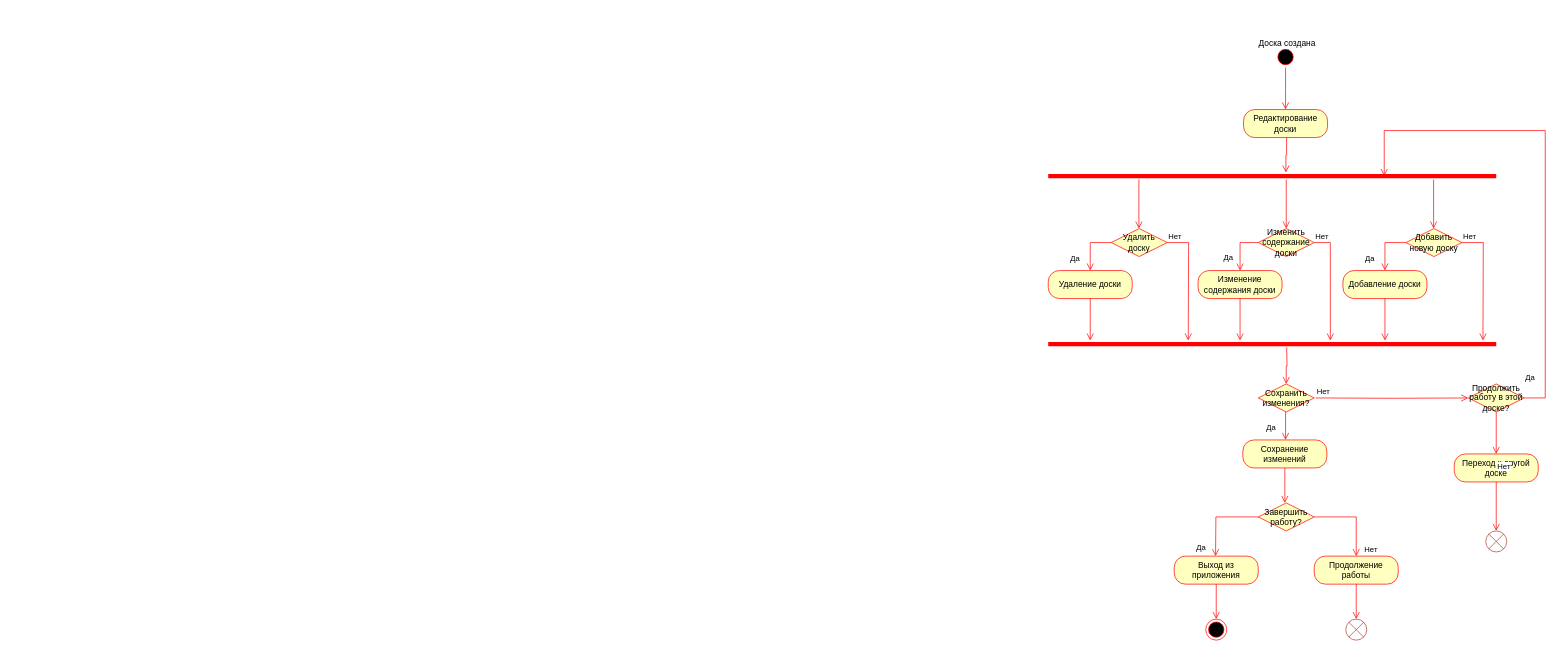
Above: TRPO3.drawio.xml in diamko/Lab3 (draw.io), before the change. Source tidied: cells renumbered, new cells numbered last; positions are measured from the earlier drawing's top-left corner, leaving out a move shared by most shapes. Both pictures are drawn from the tidied source at 70%, with x=0, y=0 at pixel (1048, 32).
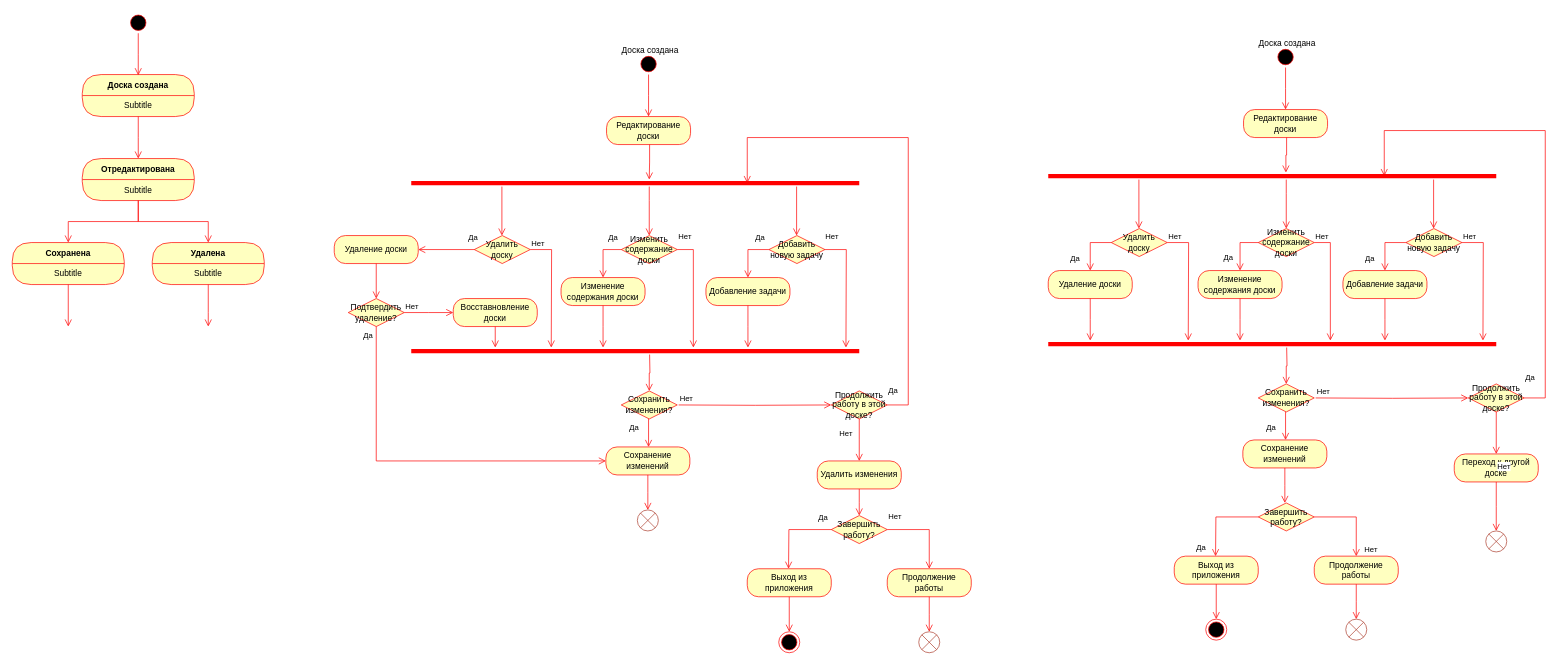
The same diagram, later.

What changed in the source:
```diff
@@
-    <mxCell id="25" value="Добавить новую доску" style="rhombus;whiteSpace=wrap;html=1;fontColor=#000000;fillColor=#ffffc0;strokeColor=#ff0000;" parent="1" vertex="1">
+    <mxCell id="25" value="Добавить новую задачу" style="rhombus;whiteSpace=wrap;html=1;fontColor=#000000;fillColor=#ffffc0;strokeColor=#ff0000;" parent="1" vertex="1">
       <mxGeometry x="511" y="280" width="80" height="40" as="geometry" />
     </mxCell>
@@
-    <mxCell id="42" value="Добавление доски" style="rounded=1;whiteSpace=wrap;html=1;arcSize=40;fontColor=#000000;fillColor=#ffffc0;strokeColor=#ff0000;" parent="1" vertex="1">
+    <mxCell id="42" value="Добавление задачи" style="rounded=1;whiteSpace=wrap;html=1;arcSize=40;fontColor=#000000;fillColor=#ffffc0;strokeColor=#ff0000;" parent="1" vertex="1">
       <mxGeometry x="421" y="340" width="120" height="40" as="geometry" />
     </mxCell>
@@
+    <mxCell id="48" style="ellipse;html=1;shape=startState;fillColor=#000000;strokeColor=#ff0000;" parent="1" vertex="1">
+      <mxGeometry x="-586" y="30" width="30" height="30" as="geometry" />
+    </mxCell>
+    <mxCell id="49" style="edgeStyle=orthogonalEdgeStyle;html=1;verticalAlign=bottom;endArrow=open;endSize=8;strokeColor=#ff0000;rounded=0;" parent="1" edge="1" source="48">
+      <mxGeometry relative="1" as="geometry">
+        <mxPoint x="-571" y="120" as="targetPoint" />
+      </mxGeometry>
+    </mxCell>
+    <mxCell id="50" value="Редактирование доски" style="rounded=1;whiteSpace=wrap;html=1;arcSize=40;fontColor=#000000;fillColor=#ffffc0;strokeColor=#ff0000;" parent="1" vertex="1">
+      <mxGeometry x="-631" y="120" width="120" height="40" as="geometry" />
+    </mxCell>
+    <mxCell id="51" style="ellipse;html=1;shape=endState;fillColor=#000000;strokeColor=#ff0000;" parent="1" vertex="1">
+      <mxGeometry x="-385" y="856" width="30" height="30" as="geometry" />
+    </mxCell>
+    <mxCell id="52" value="Завершить работу?" style="rhombus;whiteSpace=wrap;html=1;fontColor=#000000;fillColor=#ffffc0;strokeColor=#ff0000;" parent="1" vertex="1">
+      <mxGeometry x="-310" y="690" width="80" height="40" as="geometry" />
+    </mxCell>
+    <mxCell id="53" value="Нет" style="edgeStyle=orthogonalEdgeStyle;html=1;align=left;verticalAlign=bottom;endArrow=open;endSize=8;strokeColor=#ff0000;rounded=0;entryX=0.5;entryY=0;entryDx=0;entryDy=0;exitX=1;exitY=0.5;exitDx=0;exitDy=0;" parent="1" edge="1" source="52" target="59">
+      <mxGeometry x="-1" y="10" relative="1" as="geometry" />
+    </mxCell>
+    <mxCell id="54" value="Да" style="edgeStyle=orthogonalEdgeStyle;html=1;align=left;verticalAlign=top;endArrow=open;endSize=8;strokeColor=#ff0000;rounded=0;exitX=0;exitY=0.5;exitDx=0;exitDy=0;" parent="1" edge="1" source="52">
+      <mxGeometry x="-0.66" y="-30" relative="1" as="geometry">
+        <mxPoint x="-371" y="766" as="targetPoint" />
+      </mxGeometry>
+    </mxCell>
+    <mxCell id="55" value="Выход из приложения" style="rounded=1;whiteSpace=wrap;html=1;arcSize=40;fontColor=#000000;fillColor=#ffffc0;strokeColor=#ff0000;" parent="1" vertex="1">
+      <mxGeometry x="-430" y="766" width="120" height="40" as="geometry" />
+    </mxCell>
+    <mxCell id="56" style="edgeStyle=orthogonalEdgeStyle;html=1;verticalAlign=bottom;endArrow=open;endSize=8;strokeColor=#ff0000;rounded=0;entryX=0.5;entryY=0;entryDx=0;entryDy=0;" parent="1" edge="1" source="55" target="51">
+      <mxGeometry relative="1" as="geometry" />
+    </mxCell>
+    <mxCell id="57" value="Удалить изменения" style="rounded=1;whiteSpace=wrap;html=1;arcSize=40;fontColor=#000000;fillColor=#ffffc0;strokeColor=#ff0000;" parent="1" vertex="1">
+      <mxGeometry x="-330" y="612" width="120" height="40" as="geometry" />
+    </mxCell>
+    <mxCell id="58" style="edgeStyle=orthogonalEdgeStyle;html=1;verticalAlign=bottom;endArrow=open;endSize=8;strokeColor=#ff0000;rounded=0;" parent="1" edge="1" source="57">
+      <mxGeometry relative="1" as="geometry">
+        <mxPoint x="-270" y="690" as="targetPoint" />
+      </mxGeometry>
+    </mxCell>
+    <mxCell id="59" value="Продолжение работы" style="rounded=1;whiteSpace=wrap;html=1;arcSize=40;fontColor=#000000;fillColor=#ffffc0;strokeColor=#ff0000;" parent="1" vertex="1">
+      <mxGeometry x="-230" y="766" width="120" height="40" as="geometry" />
+    </mxCell>
+    <mxCell id="60" style="edgeStyle=orthogonalEdgeStyle;html=1;verticalAlign=bottom;endArrow=open;endSize=8;strokeColor=#ff0000;rounded=0;entryX=0.5;entryY=0;entryDx=0;entryDy=0;" parent="1" edge="1" source="59">
+      <mxGeometry relative="1" as="geometry">
+        <mxPoint x="-170" y="856" as="targetPoint" />
+      </mxGeometry>
+    </mxCell>
+    <mxCell id="61" value="Сохранение изменений" style="rounded=1;whiteSpace=wrap;html=1;arcSize=40;fontColor=#000000;fillColor=#ffffc0;strokeColor=#ff0000;" parent="1" vertex="1">
+      <mxGeometry x="-632" y="592" width="120" height="40" as="geometry" />
+    </mxCell>
+    <mxCell id="62" style="edgeStyle=orthogonalEdgeStyle;html=1;verticalAlign=bottom;endArrow=open;endSize=8;strokeColor=#ff0000;rounded=0;exitX=0.5;exitY=1;exitDx=0;exitDy=0;" parent="1" edge="1" source="61">
+      <mxGeometry relative="1" as="geometry">
+        <mxPoint x="-572" y="682" as="targetPoint" />
+      </mxGeometry>
+    </mxCell>
+    <mxCell id="63" style="shape=sumEllipse;perimeter=ellipsePerimeter;html=1;backgroundOutline=1;fillColor=none;strokeColor=#ae4132;" parent="1" vertex="1">
+      <mxGeometry x="-185" y="856" width="30" height="30" as="geometry" />
+    </mxCell>
+    <mxCell id="64" value="Доска создана" style="text;html=1;align=center;verticalAlign=middle;strokeColor=none;fillColor=none;" parent="1" vertex="1">
+      <mxGeometry x="-619" y="10" width="100" height="30" as="geometry" />
+    </mxCell>
+    <mxCell id="65" value="Изменить содержание доски" style="rhombus;whiteSpace=wrap;html=1;fontColor=#000000;fillColor=#ffffc0;strokeColor=#ff0000;" parent="1" vertex="1">
+      <mxGeometry x="-610" y="290" width="80" height="40" as="geometry" />
+    </mxCell>
+    <mxCell id="66" value="Нет" style="edgeStyle=orthogonalEdgeStyle;html=1;align=left;verticalAlign=bottom;endArrow=open;endSize=8;strokeColor=#ff0000;rounded=0;exitX=1;exitY=0.5;exitDx=0;exitDy=0;" parent="1" edge="1" source="65">
+      <mxGeometry x="-1" y="10" relative="1" as="geometry">
+        <mxPoint x="-507" y="450" as="targetPoint" />
+        <Array as="points">
+          <mxPoint x="-507" y="310" />
+        </Array>
+      </mxGeometry>
+    </mxCell>
+    <mxCell id="67" value="Да" style="edgeStyle=orthogonalEdgeStyle;html=1;align=left;verticalAlign=top;endArrow=open;endSize=8;strokeColor=#ff0000;rounded=0;exitX=0;exitY=0.5;exitDx=0;exitDy=0;entryX=0.5;entryY=0;entryDx=0;entryDy=0;" parent="1" edge="1" source="65" target="86">
+      <mxGeometry x="-0.39" y="-30" relative="1" as="geometry">
+        <Array as="points">
+          <mxPoint x="-636" y="310" />
+        </Array>
+      </mxGeometry>
+    </mxCell>
+    <mxCell id="68" value="Удалить доску" style="rhombus;whiteSpace=wrap;html=1;fontColor=#000000;fillColor=#ffffc0;strokeColor=#ff0000;" parent="1" vertex="1">
+      <mxGeometry x="-820" y="290" width="80" height="40" as="geometry" />
+    </mxCell>
+    <mxCell id="69" value="Нет" style="edgeStyle=orthogonalEdgeStyle;html=1;align=left;verticalAlign=bottom;endArrow=open;endSize=8;strokeColor=#ff0000;rounded=0;" parent="1" edge="1" source="68">
+      <mxGeometry x="-1" relative="1" as="geometry">
+        <mxPoint x="-710" y="450" as="targetPoint" />
+      </mxGeometry>
+    </mxCell>
+    <mxCell id="70" value="Да" style="edgeStyle=orthogonalEdgeStyle;html=1;align=left;verticalAlign=top;endArrow=open;endSize=8;strokeColor=#ff0000;rounded=0;exitX=0;exitY=0.5;exitDx=0;exitDy=0;entryX=1;entryY=0.5;entryDx=0;entryDy=0;" parent="1" edge="1" source="68" target="84">
+      <mxGeometry x="-0.75" y="-30" relative="1" as="geometry" />
+    </mxCell>
+    <mxCell id="71" value="Добавить новую задачу" style="rhombus;whiteSpace=wrap;html=1;fontColor=#000000;fillColor=#ffffc0;strokeColor=#ff0000;" parent="1" vertex="1">
+      <mxGeometry x="-399" y="290" width="80" height="40" as="geometry" />
+    </mxCell>
+    <mxCell id="72" value="Нет" style="edgeStyle=orthogonalEdgeStyle;html=1;align=left;verticalAlign=bottom;endArrow=open;endSize=8;strokeColor=#ff0000;rounded=0;" parent="1" edge="1" source="71">
+      <mxGeometry x="-1" y="10" relative="1" as="geometry">
+        <mxPoint x="-289" y="450" as="targetPoint" />
+        <mxPoint x="-1" as="offset" />
+      </mxGeometry>
+    </mxCell>
+    <mxCell id="73" value="Да" style="edgeStyle=orthogonalEdgeStyle;html=1;align=left;verticalAlign=top;endArrow=open;endSize=8;strokeColor=#ff0000;rounded=0;exitX=0;exitY=0.5;exitDx=0;exitDy=0;" parent="1" edge="1" source="71">
+      <mxGeometry x="-0.4" y="-30" relative="1" as="geometry">
+        <mxPoint x="-429" y="350" as="targetPoint" />
+        <Array as="points">
+          <mxPoint x="-429" y="310" />
+          <mxPoint x="-429" y="350" />
+        </Array>
+      </mxGeometry>
+    </mxCell>
+    <mxCell id="74" style="shape=line;html=1;strokeWidth=6;strokeColor=#ff0000;" parent="1" vertex="1">
+      <mxGeometry x="-910" y="210" width="640" height="10" as="geometry" />
+    </mxCell>
+    <mxCell id="75" style="edgeStyle=orthogonalEdgeStyle;html=1;verticalAlign=bottom;endArrow=open;endSize=8;strokeColor=#ff0000;rounded=0;entryX=0.5;entryY=0;entryDx=0;entryDy=0;" parent="1" edge="1" source="74" target="65">
+      <mxGeometry relative="1" as="geometry">
+        <Array as="points">
+          <mxPoint x="-570" y="240" />
+          <mxPoint x="-570" y="240" />
+        </Array>
+      </mxGeometry>
+    </mxCell>
+    <mxCell id="76" style="edgeStyle=orthogonalEdgeStyle;html=1;verticalAlign=bottom;endArrow=open;endSize=8;strokeColor=#ff0000;rounded=0;" parent="1" edge="1">
+      <mxGeometry relative="1" as="geometry">
+        <mxPoint x="-569.5" y="160" as="sourcePoint" />
+        <mxPoint x="-570" y="210" as="targetPoint" />
+        <Array as="points">
+          <mxPoint x="-569.5" y="185" />
+          <mxPoint x="-570.5" y="185" />
+        </Array>
+      </mxGeometry>
+    </mxCell>
+    <mxCell id="77" style="edgeStyle=orthogonalEdgeStyle;html=1;verticalAlign=bottom;endArrow=open;endSize=8;strokeColor=#ff0000;rounded=0;" parent="1" edge="1">
+      <mxGeometry relative="1" as="geometry">
+        <mxPoint x="-780.5" y="220" as="sourcePoint" />
+        <mxPoint x="-780.5" y="290" as="targetPoint" />
+      </mxGeometry>
+    </mxCell>
+    <mxCell id="78" style="edgeStyle=orthogonalEdgeStyle;html=1;verticalAlign=bottom;endArrow=open;endSize=8;strokeColor=#ff0000;rounded=0;" parent="1" edge="1">
+      <mxGeometry relative="1" as="geometry">
+        <mxPoint x="-359.5" y="220" as="sourcePoint" />
+        <mxPoint x="-359.5" y="290" as="targetPoint" />
+      </mxGeometry>
+    </mxCell>
+    <mxCell id="79" style="shape=line;html=1;strokeWidth=6;strokeColor=#ff0000;" parent="1" vertex="1">
+      <mxGeometry x="-910" y="450" width="640" height="10" as="geometry" />
+    </mxCell>
+    <mxCell id="80" style="edgeStyle=orthogonalEdgeStyle;html=1;verticalAlign=bottom;endArrow=open;endSize=8;strokeColor=#ff0000;rounded=0;entryX=0.5;entryY=0;entryDx=0;entryDy=0;" parent="1" edge="1" target="81">
+      <mxGeometry relative="1" as="geometry">
+        <mxPoint x="-569.5" y="460" as="sourcePoint" />
+      </mxGeometry>
+    </mxCell>
+    <mxCell id="81" value="Сохранить изменения?" style="rhombus;whiteSpace=wrap;html=1;fontColor=#000000;fillColor=#ffffc0;strokeColor=#ff0000;" parent="1" vertex="1">
+      <mxGeometry x="-610" y="512" width="80" height="40" as="geometry" />
+    </mxCell>
+    <mxCell id="82" value="Нет" style="edgeStyle=orthogonalEdgeStyle;html=1;align=left;verticalAlign=bottom;endArrow=open;endSize=8;strokeColor=#ff0000;rounded=0;entryX=0;entryY=0.5;entryDx=0;entryDy=0;" parent="1" edge="1" target="90">
+      <mxGeometry x="-1" relative="1" as="geometry">
+        <mxPoint x="-528" y="532" as="sourcePoint" />
+      </mxGeometry>
+    </mxCell>
+    <mxCell id="83" value="Да" style="edgeStyle=orthogonalEdgeStyle;html=1;align=left;verticalAlign=top;endArrow=open;endSize=8;strokeColor=#ff0000;rounded=0;" parent="1" edge="1">
+      <mxGeometry x="-1" y="-29" relative="1" as="geometry">
+        <mxPoint x="-571" y="552" as="sourcePoint" />
+        <mxPoint x="-571" y="592" as="targetPoint" />
+      </mxGeometry>
+    </mxCell>
+    <mxCell id="84" value="Удаление доски" style="rounded=1;whiteSpace=wrap;html=1;arcSize=40;fontColor=#000000;fillColor=#ffffc0;strokeColor=#ff0000;" parent="1" vertex="1">
+      <mxGeometry x="-1020" y="290" width="120" height="40" as="geometry" />
+    </mxCell>
+    <mxCell id="85" style="edgeStyle=orthogonalEdgeStyle;html=1;verticalAlign=bottom;endArrow=open;endSize=8;strokeColor=#ff0000;rounded=0;entryX=0.5;entryY=0;entryDx=0;entryDy=0;" parent="1" edge="1" source="84" target="94">
+      <mxGeometry relative="1" as="geometry" />
+    </mxCell>
+    <mxCell id="86" value="Изменение содержания доски" style="rounded=1;whiteSpace=wrap;html=1;arcSize=40;fontColor=#000000;fillColor=#ffffc0;strokeColor=#ff0000;" parent="1" vertex="1">
+      <mxGeometry x="-696" y="350" width="120" height="40" as="geometry" />
+    </mxCell>
+    <mxCell id="87" style="edgeStyle=orthogonalEdgeStyle;html=1;verticalAlign=bottom;endArrow=open;endSize=8;strokeColor=#ff0000;rounded=0;" parent="1" edge="1" source="86">
+      <mxGeometry relative="1" as="geometry">
+        <mxPoint x="-636" y="450" as="targetPoint" />
+      </mxGeometry>
+    </mxCell>
+    <mxCell id="88" value="Добавление задачи" style="rounded=1;whiteSpace=wrap;html=1;arcSize=40;fontColor=#000000;fillColor=#ffffc0;strokeColor=#ff0000;" parent="1" vertex="1">
+      <mxGeometry x="-489" y="350" width="120" height="40" as="geometry" />
+    </mxCell>
+    <mxCell id="89" style="edgeStyle=orthogonalEdgeStyle;html=1;verticalAlign=bottom;endArrow=open;endSize=8;strokeColor=#ff0000;rounded=0;" parent="1" edge="1" source="88">
+      <mxGeometry relative="1" as="geometry">
+        <mxPoint x="-429" y="450" as="targetPoint" />
+      </mxGeometry>
+    </mxCell>
+    <mxCell id="90" value="Продолжить работу в этой доске?" style="rhombus;whiteSpace=wrap;html=1;fontColor=#000000;fillColor=#ffffc0;strokeColor=#ff0000;" parent="1" vertex="1">
+      <mxGeometry x="-310" y="512" width="80" height="40" as="geometry" />
+    </mxCell>
+    <mxCell id="91" value="Да" style="edgeStyle=orthogonalEdgeStyle;html=1;align=left;verticalAlign=bottom;endArrow=open;endSize=8;strokeColor=#ff0000;rounded=0;entryX=0.75;entryY=0.5;entryDx=0;entryDy=0;entryPerimeter=0;exitX=1;exitY=0.5;exitDx=0;exitDy=0;" parent="1" edge="1" source="90" target="74">
+      <mxGeometry x="-1" y="12" relative="1" as="geometry">
+        <Array as="points">
+          <mxPoint x="-200" y="532" />
+          <mxPoint x="-200" y="150" />
+          <mxPoint x="-430" y="150" />
+        </Array>
+      </mxGeometry>
+    </mxCell>
+    <mxCell id="92" value="Нет" style="edgeStyle=orthogonalEdgeStyle;html=1;align=left;verticalAlign=top;endArrow=open;endSize=8;strokeColor=#ff0000;rounded=0;" parent="1" edge="1" source="90">
+      <mxGeometry x="-0.73" y="-30" relative="1" as="geometry">
+        <mxPoint x="-270" y="612" as="targetPoint" />
+      </mxGeometry>
+    </mxCell>
+    <mxCell id="93" style="shape=sumEllipse;perimeter=ellipsePerimeter;html=1;backgroundOutline=1;fillColor=none;strokeColor=#ae4132;" parent="1" vertex="1">
+      <mxGeometry x="-587" y="682" width="30" height="30" as="geometry" />
+    </mxCell>
+    <mxCell id="94" value="Подтвердить удаление?" style="rhombus;whiteSpace=wrap;html=1;fontColor=#000000;fillColor=#ffffc0;strokeColor=#ff0000;" parent="1" vertex="1">
+      <mxGeometry x="-1000" y="380" width="80" height="40" as="geometry" />
+    </mxCell>
+    <mxCell id="95" value="Да" style="edgeStyle=orthogonalEdgeStyle;html=1;align=left;verticalAlign=top;endArrow=open;endSize=8;strokeColor=#ff0000;rounded=0;exitX=0.5;exitY=1;exitDx=0;exitDy=0;entryX=0;entryY=0.5;entryDx=0;entryDy=0;" parent="1" edge="1" source="94" target="61">
+      <mxGeometry x="-1" y="-20" relative="1" as="geometry" />
+    </mxCell>
+    <mxCell id="96" value="Нет" style="edgeStyle=orthogonalEdgeStyle;html=1;align=left;verticalAlign=bottom;endArrow=open;endSize=8;strokeColor=#ff0000;rounded=0;exitX=1;exitY=0.5;exitDx=0;exitDy=0;" parent="1" edge="1" source="94">
+      <mxGeometry x="-1" relative="1" as="geometry">
+        <mxPoint x="-850" y="400" as="targetPoint" />
+      </mxGeometry>
+    </mxCell>
+    <mxCell id="97" value="Восставновление доски" style="rounded=1;whiteSpace=wrap;html=1;arcSize=40;fontColor=#000000;fillColor=#ffffc0;strokeColor=#ff0000;" parent="1" vertex="1">
+      <mxGeometry x="-850" y="380" width="120" height="40" as="geometry" />
+    </mxCell>
+    <mxCell id="98" style="edgeStyle=orthogonalEdgeStyle;html=1;verticalAlign=bottom;endArrow=open;endSize=8;strokeColor=#ff0000;rounded=0;exitX=0.5;exitY=1;exitDx=0;exitDy=0;" parent="1" edge="1" source="97" target="79">
+      <mxGeometry relative="1" as="geometry">
+        <Array as="points">
+          <mxPoint x="-790" y="450" />
+          <mxPoint x="-790" y="450" />
+        </Array>
+      </mxGeometry>
+    </mxCell>
+    <mxCell id="99" value="Доска создана" style="swimlane;fontStyle=1;align=center;verticalAlign=middle;horizontal=1;startSize=30;fontColor=#000000;rounded=1;arcSize=30;strokeColor=#ff0000;fillColor=#ffffc0;swimlaneFillColor=#ffffc0;" parent="1" vertex="1">
+      <mxGeometry x="-1380" y="60" width="160" height="60" as="geometry" />
+    </mxCell>
+    <mxCell id="100" value="Subtitle" style="text;html=1;strokeColor=none;fillColor=none;align=center;verticalAlign=middle;spacingLeft=4;spacingRight=4;whiteSpace=wrap;overflow=hidden;fontColor=#000000;" parent="99" vertex="1">
+      <mxGeometry y="30" width="160" height="30" as="geometry" />
+    </mxCell>
+    <mxCell id="101" style="edgeStyle=orthogonalEdgeStyle;html=1;verticalAlign=bottom;endArrow=open;endSize=8;strokeColor=#ff0000;rounded=0;" parent="1" edge="1" source="99">
+      <mxGeometry relative="1" as="geometry">
+        <mxPoint x="-1300" y="180" as="targetPoint" />
+      </mxGeometry>
+    </mxCell>
+    <mxCell id="102" style="ellipse;html=1;shape=startState;fillColor=#000000;strokeColor=#ff0000;" parent="1" vertex="1">
+      <mxGeometry x="-1315" y="-29" width="30" height="30" as="geometry" />
+    </mxCell>
+    <mxCell id="103" style="edgeStyle=orthogonalEdgeStyle;html=1;verticalAlign=bottom;endArrow=open;endSize=8;strokeColor=#ff0000;rounded=0;" parent="1" edge="1" source="102">
+      <mxGeometry relative="1" as="geometry">
+        <mxPoint x="-1300" y="61" as="targetPoint" />
+      </mxGeometry>
+    </mxCell>
+    <mxCell id="104" value="Отредактирована" style="swimlane;fontStyle=1;align=center;verticalAlign=middle;horizontal=1;startSize=30;fontColor=#000000;rounded=1;arcSize=30;strokeColor=#ff0000;fillColor=#ffffc0;swimlaneFillColor=#ffffc0;" parent="1" vertex="1">
+      <mxGeometry x="-1380" y="180" width="160" height="60" as="geometry" />
+    </mxCell>
+    <mxCell id="105" value="Subtitle" style="text;html=1;strokeColor=none;fillColor=none;align=center;verticalAlign=middle;spacingLeft=4;spacingRight=4;whiteSpace=wrap;overflow=hidden;fontColor=#000000;" parent="104" vertex="1">
+      <mxGeometry y="30" width="160" height="30" as="geometry" />
+    </mxCell>
+    <mxCell id="106" style="edgeStyle=orthogonalEdgeStyle;html=1;verticalAlign=bottom;endArrow=open;endSize=8;strokeColor=#ff0000;rounded=0;entryX=0.5;entryY=0;entryDx=0;entryDy=0;" parent="1" edge="1" source="104" target="107">
+      <mxGeometry relative="1" as="geometry" />
+    </mxCell>
+    <mxCell id="107" value="Удалена" style="swimlane;fontStyle=1;align=center;verticalAlign=middle;horizontal=1;startSize=30;fontColor=#000000;rounded=1;arcSize=30;strokeColor=#ff0000;fillColor=#ffffc0;swimlaneFillColor=#ffffc0;" parent="1" vertex="1">
+      <mxGeometry x="-1280" y="300" width="160" height="60" as="geometry" />
+    </mxCell>
+    <mxCell id="108" value="Subtitle" style="text;html=1;strokeColor=none;fillColor=none;align=center;verticalAlign=middle;spacingLeft=4;spacingRight=4;whiteSpace=wrap;overflow=hidden;fontColor=#000000;" parent="107" vertex="1">
+      <mxGeometry y="30" width="160" height="30" as="geometry" />
+    </mxCell>
+    <mxCell id="109" style="edgeStyle=orthogonalEdgeStyle;html=1;verticalAlign=bottom;endArrow=open;endSize=8;strokeColor=#ff0000;rounded=0;" parent="1" edge="1" source="107">
+      <mxGeometry relative="1" as="geometry">
+        <mxPoint x="-1200" y="420" as="targetPoint" />
+        <Array as="points">
+          <mxPoint x="-1200" y="400" />
+          <mxPoint x="-1200" y="400" />
+        </Array>
+      </mxGeometry>
+    </mxCell>
+    <mxCell id="110" value="Сохранена" style="swimlane;fontStyle=1;align=center;verticalAlign=middle;horizontal=1;startSize=30;fontColor=#000000;rounded=1;arcSize=30;strokeColor=#ff0000;fillColor=#ffffc0;swimlaneFillColor=#ffffc0;" parent="1" vertex="1">
+      <mxGeometry x="-1480" y="300" width="160" height="60" as="geometry" />
+    </mxCell>
+    <mxCell id="111" value="Subtitle" style="text;html=1;strokeColor=none;fillColor=none;align=center;verticalAlign=middle;spacingLeft=4;spacingRight=4;whiteSpace=wrap;overflow=hidden;fontColor=#000000;" parent="110" vertex="1">
+      <mxGeometry y="30" width="160" height="30" as="geometry" />
+    </mxCell>
+    <mxCell id="112" style="edgeStyle=orthogonalEdgeStyle;html=1;verticalAlign=bottom;endArrow=open;endSize=8;strokeColor=#ff0000;rounded=0;" parent="1" edge="1" source="110">
+      <mxGeometry relative="1" as="geometry">
+        <mxPoint x="-1400" y="420" as="targetPoint" />
+        <Array as="points">
+          <mxPoint x="-1400" y="420" />
+        </Array>
+      </mxGeometry>
+    </mxCell>
+    <mxCell id="113" style="edgeStyle=orthogonalEdgeStyle;html=1;verticalAlign=bottom;endArrow=open;endSize=8;strokeColor=#ff0000;rounded=0;exitX=0.5;exitY=1;exitDx=0;exitDy=0;entryX=0.5;entryY=0;entryDx=0;entryDy=0;" parent="1" edge="1" source="105" target="110">
+      <mxGeometry relative="1" as="geometry" />
+    </mxCell>
```
